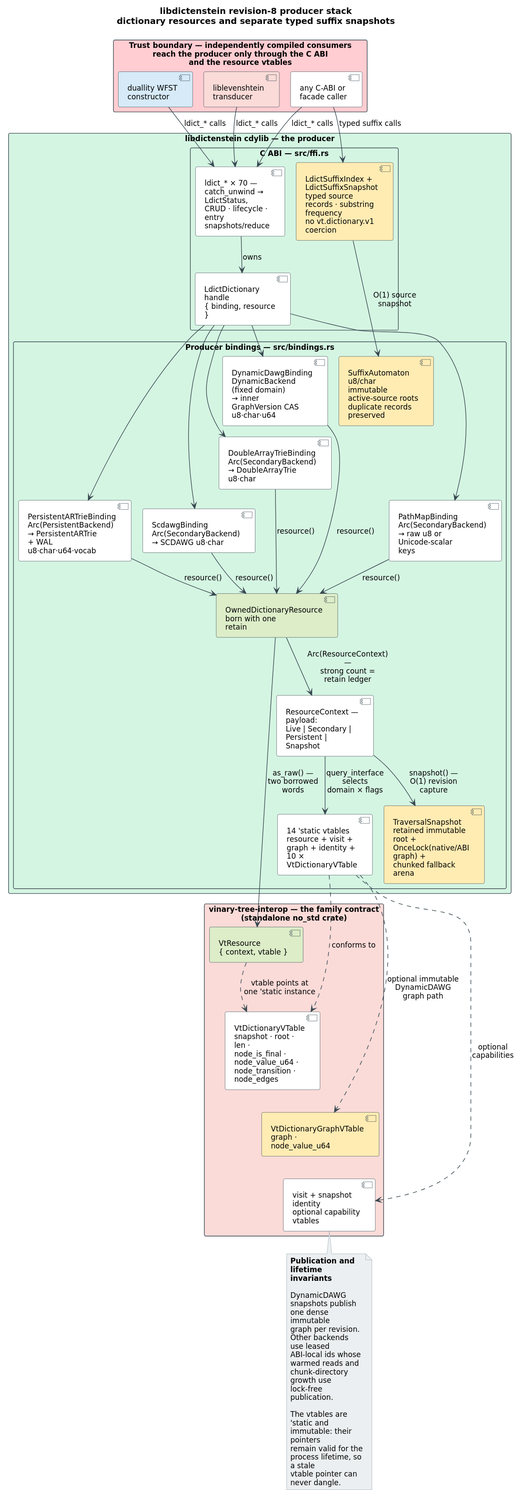
vinary-tree/libdictenstein keeps this PlantUML diagram as docs/diagrams/abi-producer-component.svg. Above is the earlier version. Its source is kept beside it as docs/diagrams/src/abi-producer-component.puml.
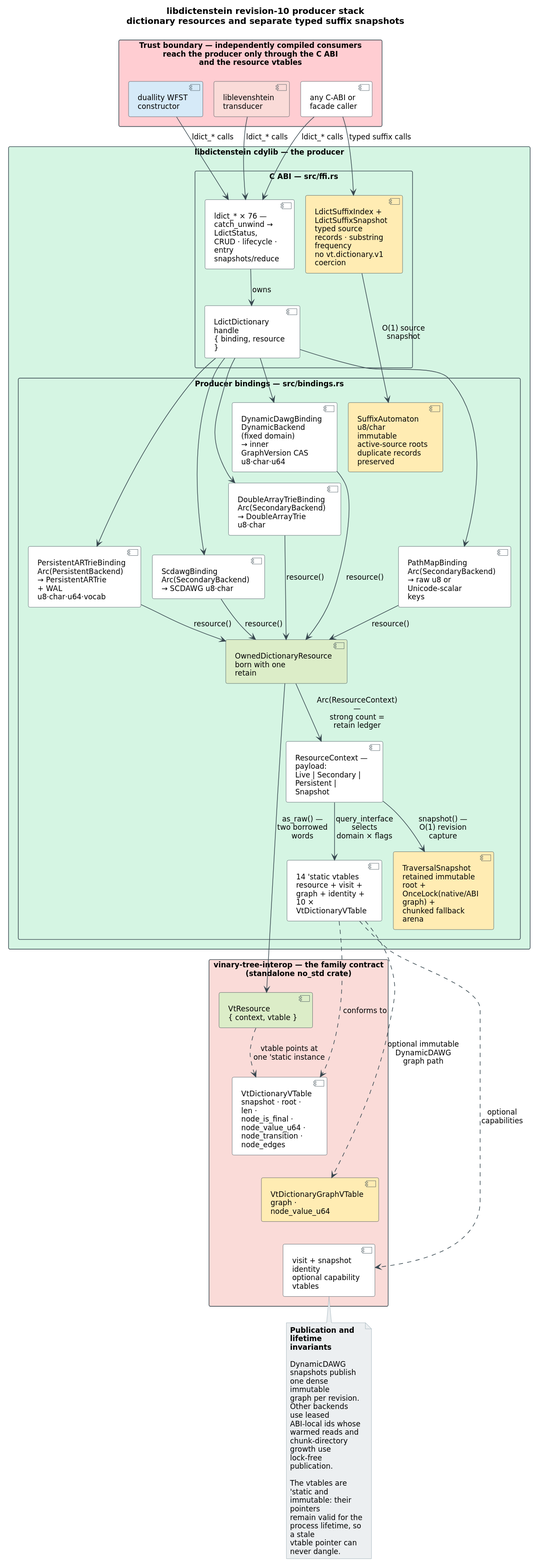
After the commit.

Change to the diagram source:
```diff
@@ -16,7 +16,7 @@
 skinparam nodesep 6
 skinparam ranksep 24
 
-title libdictenstein revision-8 producer stack\ndictionary resources and separate typed suffix snapshots
+title libdictenstein revision-10 producer stack\ndictionary resources and separate typed suffix snapshots
 
 rectangle "**Trust boundary** — independently compiled consumers\nreach the producer only through the C ABI\nand the resource vtables" as consumers #FFCDD2 {
   component "liblevenshtein\ntransducer" as llev #FADBD8
@@ -26,7 +26,7 @@
 
 package "libdictenstein cdylib — the producer" #D5F5E3 {
   package "C ABI — src/ffi.rs" {
-    component "ldict_* × 70 — catch_unwind → LdictStatus,\nCRUD · lifecycle · entry snapshots/reduce" as ffi #FFFFFF
+    component "ldict_* × 76 — catch_unwind → LdictStatus,\nCRUD · lifecycle · entry snapshots/reduce" as ffi #FFFFFF
     component "LdictDictionary handle\n{ binding, resource }" as handle #FFFFFF
     component "LdictSuffixIndex + LdictSuffixSnapshot\ntyped source records · substring frequency\nno vt.dictionary.v1 coercion" as suffix #FFECB3
   }
```
